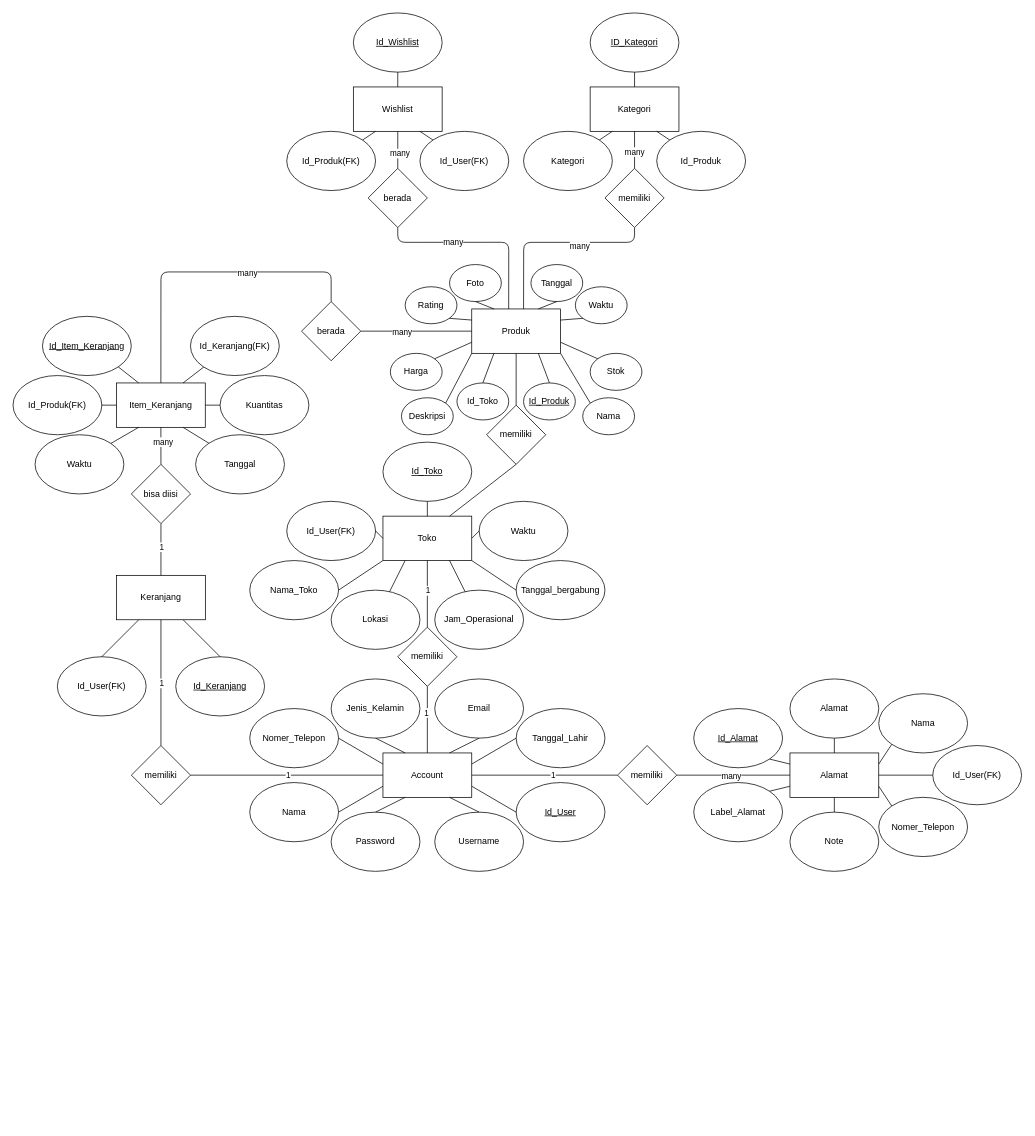
Above: Untitled Diagram.drawio in Cahayatirta/Cahayatirta (draw.io), before the change. Source tidied: cells renumbered, new cells numbered last; positions are measured from the earlier drawing's top-left corner, leaving out a move shared by most shapes. Both pictures are drawn from the tidied source at 74%, with x=0, y=0 at pixel (13, 13).
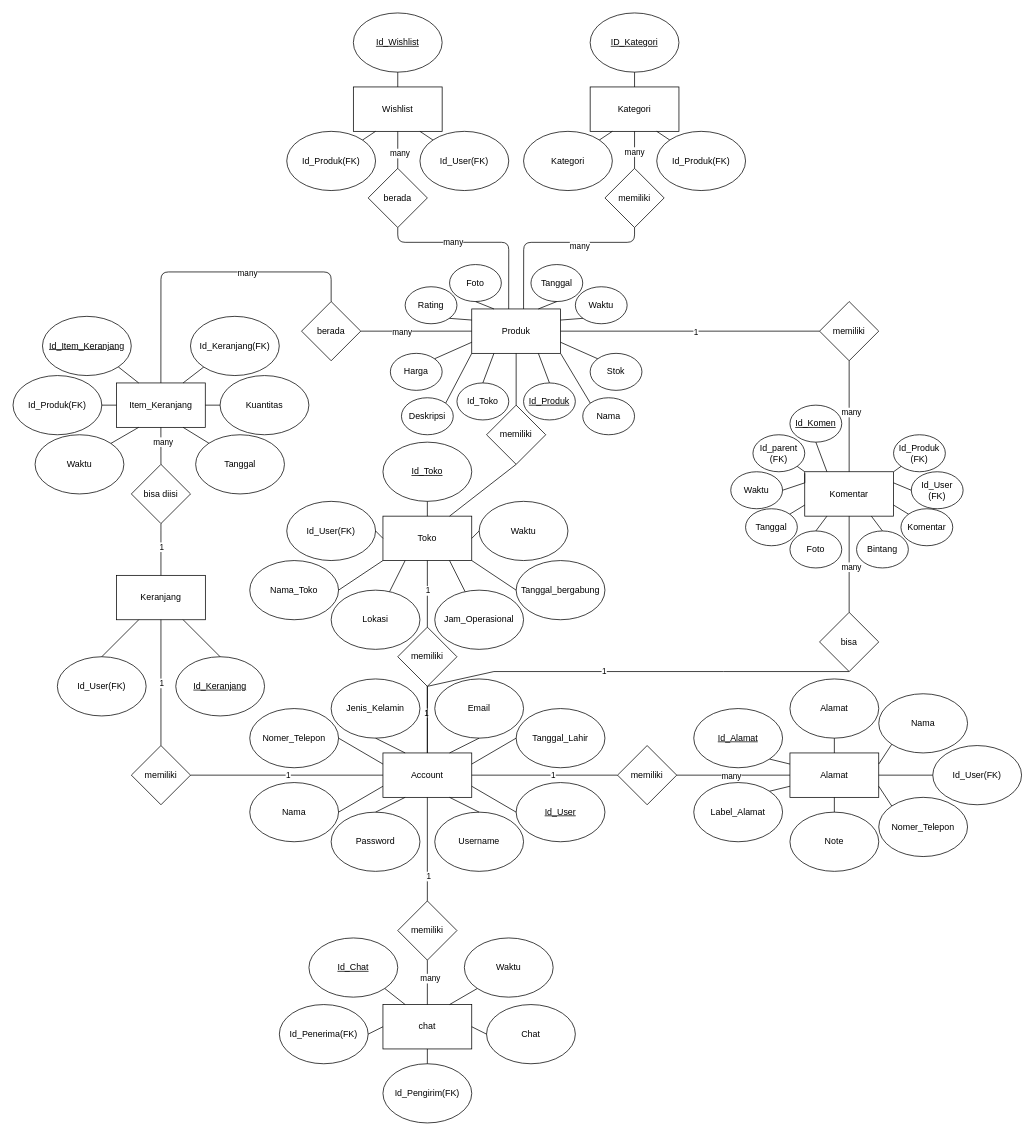
The same diagram, later.

The change refers to these unchanged cells:
```xml
<mxCell id="3" value="Account" style="rounded=0;whiteSpace=wrap;html=1;" parent="1" vertex="1">
  <mxGeometry x="500" y="1000" width="120" height="60" as="geometry" />
</mxCell>
<mxCell id="89" value="Produk" style="rounded=0;whiteSpace=wrap;html=1;" parent="1" vertex="1">
  <mxGeometry x="620" y="400" width="120" height="60" as="geometry" />
</mxCell>
```

What changed in the source:
```diff
@@
-    <mxCell id="133" value="Id_Produk" style="ellipse;whiteSpace=wrap;html=1;" parent="1" vertex="1">
+    <mxCell id="133" value="Id_Produk(FK)" style="ellipse;whiteSpace=wrap;html=1;" parent="1" vertex="1">
       <mxGeometry x="870" y="160" width="120" height="80" as="geometry" />
     </mxCell>
@@
+    <mxCell id="140" value="chat" style="rounded=0;whiteSpace=wrap;html=1;" parent="1" vertex="1">
+      <mxGeometry x="500" y="1340" width="120" height="60" as="geometry" />
+    </mxCell>
+    <mxCell id="141" value="Komentar" style="rounded=0;whiteSpace=wrap;html=1;" parent="1" vertex="1">
+      <mxGeometry x="1070" y="620" width="120" height="60" as="geometry" />
+    </mxCell>
+    <mxCell id="142" value="1" style="endArrow=none;html=1;rounded=0;exitX=0.5;exitY=0;exitDx=0;exitDy=0;entryX=0.5;entryY=1;entryDx=0;entryDy=0;" parent="1" edge="1" source="3" target="143">
+      <mxGeometry relative="1" as="geometry">
+        <Array as="points">
+          <mxPoint x="560" y="910" />
+          <mxPoint x="650" y="890" />
+          <mxPoint x="960" y="890" />
+        </Array>
+      </mxGeometry>
+    </mxCell>
+    <mxCell id="143" value="bisa" style="rhombus;whiteSpace=wrap;html=1;" parent="1" vertex="1">
+      <mxGeometry x="1090" y="810" width="80" height="80" as="geometry" />
+    </mxCell>
+    <mxCell id="144" style="endArrow=none;html=1;rounded=0;entryX=0.5;entryY=1;entryDx=0;entryDy=0;exitX=0.5;exitY=0;exitDx=0;exitDy=0;" parent="1" edge="1" source="143" target="141">
+      <mxGeometry relative="1" as="geometry" />
+    </mxCell>
+    <mxCell id="145" value="many" style="edgeLabel;html=1;align=center;verticalAlign=middle;" parent="144" vertex="1">
+      <mxGeometry x="-0.05" y="-2" relative="1" as="geometry" />
+    </mxCell>
+    <mxCell id="146" value="memiliki" style="rhombus;whiteSpace=wrap;html=1;" parent="1" vertex="1">
+      <mxGeometry x="1090" y="390" width="80" height="80" as="geometry" />
+    </mxCell>
+    <mxCell id="147" style="endArrow=none;html=1;rounded=0;exitX=1;exitY=0.5;exitDx=0;exitDy=0;entryX=0;entryY=0.5;entryDx=0;entryDy=0;" parent="1" edge="1" source="89" target="146">
+      <mxGeometry relative="1" as="geometry" />
+    </mxCell>
+    <mxCell id="148" value="1" style="edgeLabel;html=1;align=center;verticalAlign=middle;" parent="147" vertex="1">
+      <mxGeometry x="0.04" y="-1" relative="1" as="geometry" />
+    </mxCell>
+    <mxCell id="149" style="endArrow=none;html=1;rounded=0;entryX=0.5;entryY=1;entryDx=0;entryDy=0;exitX=0.5;exitY=0;exitDx=0;exitDy=0;" parent="1" edge="1" source="141" target="146">
+      <mxGeometry relative="1" as="geometry" />
+    </mxCell>
+    <mxCell id="150" value="many" style="edgeLabel;html=1;align=center;verticalAlign=middle;" parent="149" vertex="1">
+      <mxGeometry x="0.08" y="-2" relative="1" as="geometry" />
+    </mxCell>
+    <mxCell id="151" value="Tanggal" style="ellipse;whiteSpace=wrap;html=1;" parent="1" vertex="1">
+      <mxGeometry x="990" y="670" width="70" height="50" as="geometry" />
+    </mxCell>
+    <mxCell id="152" value="Foto" style="ellipse;whiteSpace=wrap;html=1;" parent="1" vertex="1">
+      <mxGeometry x="1050" y="700" width="70" height="50" as="geometry" />
+    </mxCell>
+    <mxCell id="153" value="Waktu" style="ellipse;whiteSpace=wrap;html=1;" parent="1" vertex="1">
+      <mxGeometry x="970" y="620" width="70" height="50" as="geometry" />
+    </mxCell>
+    <mxCell id="154" value="Id_parent&lt;div&gt;(FK)&lt;/div&gt;" style="ellipse;whiteSpace=wrap;html=1;" parent="1" vertex="1">
+      <mxGeometry x="1000" y="570" width="70" height="50" as="geometry" />
+    </mxCell>
+    <mxCell id="155" value="Bintang" style="ellipse;whiteSpace=wrap;html=1;" parent="1" vertex="1">
+      <mxGeometry x="1140" y="700" width="70" height="50" as="geometry" />
+    </mxCell>
+    <mxCell id="156" value="Komentar" style="ellipse;whiteSpace=wrap;html=1;" parent="1" vertex="1">
+      <mxGeometry x="1200" y="670" width="70" height="50" as="geometry" />
+    </mxCell>
+    <mxCell id="157" value="Id_User&lt;div&gt;(FK)&lt;/div&gt;" style="ellipse;whiteSpace=wrap;html=1;" parent="1" vertex="1">
+      <mxGeometry x="1214" y="620" width="70" height="50" as="geometry" />
+    </mxCell>
+    <mxCell id="158" value="Id_Produk&lt;div&gt;(FK)&lt;/div&gt;" style="ellipse;whiteSpace=wrap;html=1;" parent="1" vertex="1">
+      <mxGeometry x="1190" y="570" width="70" height="50" as="geometry" />
+    </mxCell>
+    <mxCell id="159" value="&lt;u&gt;Id_Komen&lt;/u&gt;" style="ellipse;whiteSpace=wrap;html=1;" parent="1" vertex="1">
+      <mxGeometry x="1050" y="530" width="70" height="50" as="geometry" />
+    </mxCell>
+    <mxCell id="160" style="endArrow=none;html=1;rounded=0;entryX=0.5;entryY=1;entryDx=0;entryDy=0;exitX=0.25;exitY=0;exitDx=0;exitDy=0;" parent="1" edge="1" source="141" target="159">
+      <mxGeometry relative="1" as="geometry" />
+    </mxCell>
+    <mxCell id="161" style="endArrow=none;html=1;rounded=0;entryX=1;entryY=1;entryDx=0;entryDy=0;exitX=0;exitY=0;exitDx=0;exitDy=0;" parent="1" edge="1" source="141" target="154">
+      <mxGeometry relative="1" as="geometry" />
+    </mxCell>
+    <mxCell id="162" style="endArrow=none;html=1;rounded=0;entryX=1;entryY=1;entryDx=0;entryDy=0;exitX=0;exitY=0.25;exitDx=0;exitDy=0;" parent="1" edge="1" source="141">
+      <mxGeometry relative="1" as="geometry">
+        <mxPoint x="1070" y="622" as="targetPoint" />
+      </mxGeometry>
+    </mxCell>
+    <mxCell id="163" style="endArrow=none;html=1;rounded=0;entryX=1;entryY=0.5;entryDx=0;entryDy=0;exitX=0;exitY=0.25;exitDx=0;exitDy=0;" parent="1" edge="1" source="141" target="153">
+      <mxGeometry relative="1" as="geometry" />
+    </mxCell>
+    <mxCell id="164" style="endArrow=none;html=1;rounded=0;entryX=1;entryY=0;entryDx=0;entryDy=0;exitX=0;exitY=0.75;exitDx=0;exitDy=0;" parent="1" edge="1" source="141" target="151">
+      <mxGeometry relative="1" as="geometry" />
+    </mxCell>
+    <mxCell id="165" style="endArrow=none;html=1;rounded=0;entryX=0.5;entryY=0;entryDx=0;entryDy=0;exitX=0.25;exitY=1;exitDx=0;exitDy=0;" parent="1" edge="1" source="141" target="152">
+      <mxGeometry relative="1" as="geometry" />
+    </mxCell>
+    <mxCell id="166" style="endArrow=none;html=1;rounded=0;entryX=0.5;entryY=0;entryDx=0;entryDy=0;exitX=0.75;exitY=1;exitDx=0;exitDy=0;" parent="1" edge="1" source="141" target="155">
+      <mxGeometry relative="1" as="geometry" />
+    </mxCell>
+    <mxCell id="167" style="endArrow=none;html=1;rounded=0;entryX=0;entryY=0;entryDx=0;entryDy=0;exitX=1;exitY=0.75;exitDx=0;exitDy=0;" parent="1" edge="1" source="141" target="156">
+      <mxGeometry relative="1" as="geometry" />
+    </mxCell>
+    <mxCell id="168" style="endArrow=none;html=1;rounded=0;entryX=0;entryY=0.5;entryDx=0;entryDy=0;exitX=1;exitY=0.25;exitDx=0;exitDy=0;" parent="1" edge="1" source="141" target="157">
+      <mxGeometry relative="1" as="geometry" />
+    </mxCell>
+    <mxCell id="169" style="endArrow=none;html=1;rounded=0;entryX=0;entryY=1;entryDx=0;entryDy=0;exitX=1;exitY=0;exitDx=0;exitDy=0;" parent="1" edge="1" source="141" target="158">
+      <mxGeometry relative="1" as="geometry" />
+    </mxCell>
+    <mxCell id="170" value="memiliki" style="rhombus;whiteSpace=wrap;html=1;" parent="1" vertex="1">
+      <mxGeometry x="520" y="1200" width="80" height="80" as="geometry" />
+    </mxCell>
+    <mxCell id="171" style="endArrow=none;html=1;rounded=0;entryX=0.5;entryY=1;entryDx=0;entryDy=0;exitX=0.5;exitY=0;exitDx=0;exitDy=0;" parent="1" edge="1" source="170" target="3">
+      <mxGeometry relative="1" as="geometry" />
+    </mxCell>
+    <mxCell id="172" value="1" style="edgeLabel;html=1;align=center;verticalAlign=middle;" parent="171" vertex="1">
+      <mxGeometry x="-0.51" y="-1" relative="1" as="geometry" />
+    </mxCell>
+    <mxCell id="173" style="endArrow=none;html=1;rounded=0;entryX=0.5;entryY=1;entryDx=0;entryDy=0;exitX=0.5;exitY=0;exitDx=0;exitDy=0;" parent="1" edge="1" source="140" target="170">
+      <mxGeometry relative="1" as="geometry" />
+    </mxCell>
+    <mxCell id="174" value="many" style="edgeLabel;html=1;align=center;verticalAlign=middle;" parent="173" vertex="1">
+      <mxGeometry x="0.19" y="-3" relative="1" as="geometry" />
+    </mxCell>
+    <mxCell id="175" value="Waktu" style="ellipse;whiteSpace=wrap;html=1;" parent="1" vertex="1">
+      <mxGeometry x="610" y="1250" width="120" height="80" as="geometry" />
+    </mxCell>
+    <mxCell id="176" value="&lt;u&gt;Id_Chat&lt;/u&gt;" style="ellipse;whiteSpace=wrap;html=1;" parent="1" vertex="1">
+      <mxGeometry x="400" y="1250" width="120" height="80" as="geometry" />
+    </mxCell>
+    <mxCell id="177" value="Id_Penerima(FK)" style="ellipse;whiteSpace=wrap;html=1;" parent="1" vertex="1">
+      <mxGeometry x="360" y="1340" width="120" height="80" as="geometry" />
+    </mxCell>
+    <mxCell id="178" value="Chat" style="ellipse;whiteSpace=wrap;html=1;" parent="1" vertex="1">
+      <mxGeometry x="640" y="1340" width="120" height="80" as="geometry" />
+    </mxCell>
+    <mxCell id="179" value="Id_Pengirim(FK)" style="ellipse;whiteSpace=wrap;html=1;" parent="1" vertex="1">
+      <mxGeometry x="500" y="1420" width="120" height="80" as="geometry" />
+    </mxCell>
+    <mxCell id="180" style="endArrow=none;html=1;rounded=0;entryX=1;entryY=1;entryDx=0;entryDy=0;exitX=0.25;exitY=0;exitDx=0;exitDy=0;" parent="1" edge="1" source="140" target="176">
+      <mxGeometry relative="1" as="geometry" />
+    </mxCell>
+    <mxCell id="181" style="endArrow=none;html=1;rounded=0;entryX=0;entryY=0.5;entryDx=0;entryDy=0;exitX=1;exitY=0.5;exitDx=0;exitDy=0;" parent="1" edge="1" source="177" target="140">
+      <mxGeometry relative="1" as="geometry" />
+    </mxCell>
+    <mxCell id="182" style="endArrow=none;html=1;rounded=0;entryX=0;entryY=1;entryDx=0;entryDy=0;exitX=0.75;exitY=0;exitDx=0;exitDy=0;" parent="1" edge="1" source="140" target="175">
+      <mxGeometry relative="1" as="geometry" />
+    </mxCell>
+    <mxCell id="183" style="endArrow=none;html=1;rounded=0;entryX=0;entryY=0.5;entryDx=0;entryDy=0;exitX=1;exitY=0.5;exitDx=0;exitDy=0;" parent="1" edge="1" source="140" target="178">
+      <mxGeometry relative="1" as="geometry" />
+    </mxCell>
+    <mxCell id="184" style="endArrow=none;html=1;rounded=0;entryX=0.5;entryY=0;entryDx=0;entryDy=0;exitX=0.5;exitY=1;exitDx=0;exitDy=0;" parent="1" edge="1" source="140" target="179">
+      <mxGeometry relative="1" as="geometry" />
+    </mxCell>
```
